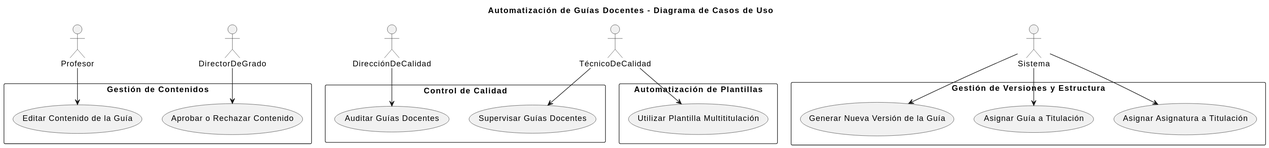
Above: images/modelosUML/diagramaCasosDeUso.svg in mmasias/24-25-IdSw1-SDR (PlantUML), before the change.
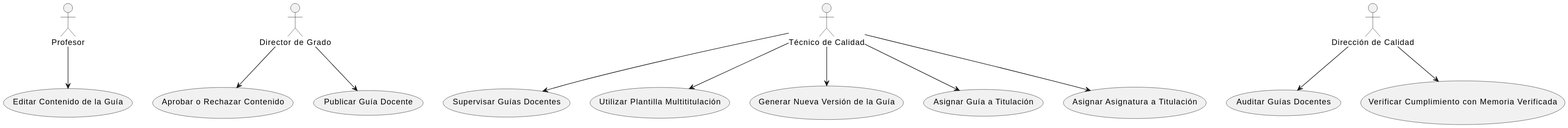
Above is the later version.

What changed in the source:
```diff
@@ -1,38 +1,28 @@
 @startuml
-title Automatización de Guías Docentes - Diagrama de Casos de Uso
+actor Profesor
+actor "Director de Grado" as DirectorGrado
+actor "Técnico de Calidad" as TecnicoCalidad
+actor "Dirección de Calidad" as DireccionCalidad
 
-actor Profesor
-actor DirectorDeGrado
-actor TécnicoDeCalidad
-actor DirecciónDeCalidad
-actor Sistema
+usecase "Editar Contenido de la Guía" as EditarGuia
+usecase "Aprobar o Rechazar Contenido" as AprobarContenido
+usecase "Supervisar Guías Docentes" as SupervisarGuias
+usecase "Auditar Guías Docentes" as AuditarGuias
+usecase "Utilizar Plantilla Multititulación" as UtilizarPlantilla
+usecase "Generar Nueva Versión de la Guía" as GenerarVersion
+usecase "Asignar Guía a Titulación" as AsignarGuiaTitulacion
+usecase "Asignar Asignatura a Titulación" as AsignarAsignaturaTitulacion
+usecase "Publicar Guía Docente" as PublicarGuia
+usecase "Verificar Cumplimiento con Memoria Verificada" as VerificarMemoria
 
-rectangle "Gestión de Contenidos" {
-    usecase "Editar Contenido de la Guía" as UC1
-    usecase "Aprobar o Rechazar Contenido" as UC2
-}
-
-rectangle "Control de Calidad" {
-    usecase "Supervisar Guías Docentes" as UC3
-    usecase "Auditar Guías Docentes" as UC4
-}
-
-rectangle "Automatización de Plantillas" {
-    usecase "Utilizar Plantilla Multititulación" as UC5
-}
-
-rectangle "Gestión de Versiones y Estructura" {
-    usecase "Generar Nueva Versión de la Guía" as UC6
-    usecase "Asignar Guía a Titulación" as UC7
-    usecase "Asignar Asignatura a Titulación" as UC8
-}
-
-Profesor --> UC1
-DirectorDeGrado --> UC2
-TécnicoDeCalidad --> UC3
-DirecciónDeCalidad --> UC4
-TécnicoDeCalidad --> UC5
-Sistema --> UC6
-Sistema --> UC7
-Sistema --> UC8
+Profesor --> EditarGuia
+DirectorGrado --> AprobarContenido
+DirectorGrado --> PublicarGuia
+TecnicoCalidad --> SupervisarGuias
+TecnicoCalidad --> UtilizarPlantilla
+TecnicoCalidad --> GenerarVersion
+TecnicoCalidad --> AsignarGuiaTitulacion
+TecnicoCalidad --> AsignarAsignaturaTitulacion
+DireccionCalidad --> AuditarGuias
+DireccionCalidad --> VerificarMemoria
 @enduml
```
